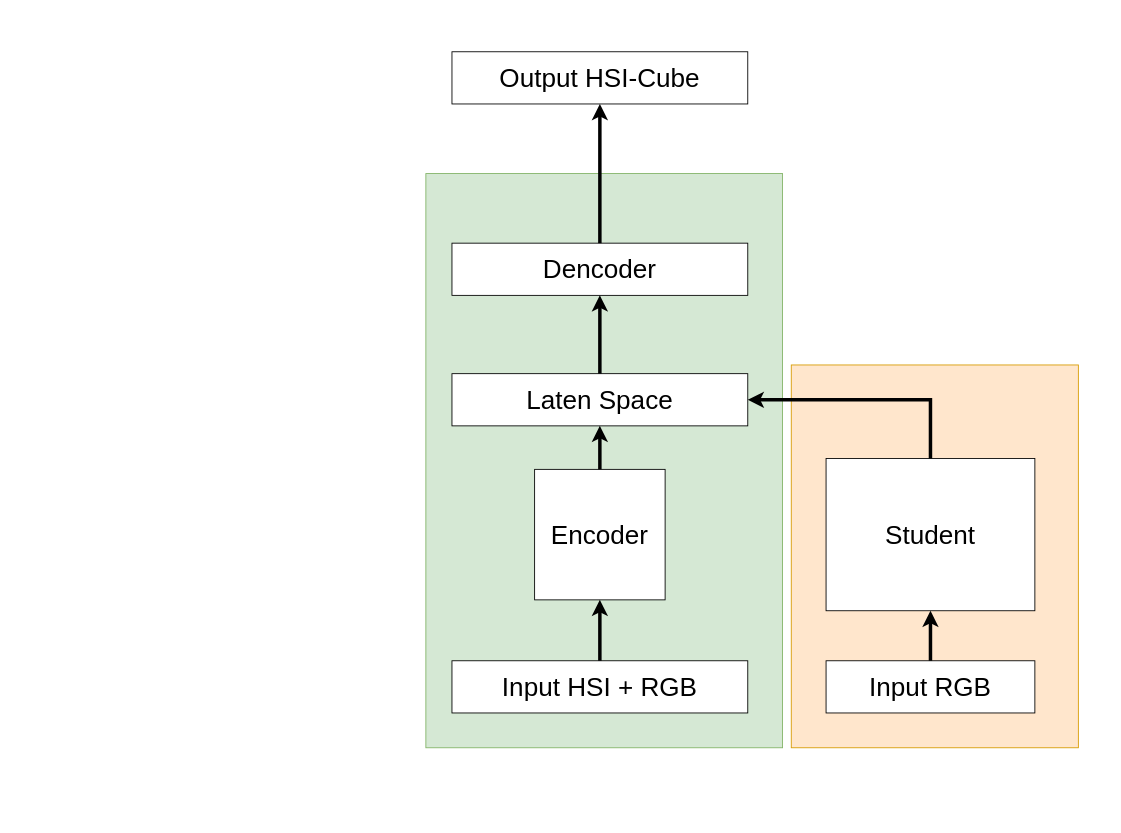
This is LAB_TSM_v6.drawio from Kevb-source/diagramms.net, a draw.io file, before an edit. Source tidied: cells renumbered, new cells numbered last; positions are measured from the earlier drawing's top-left corner, leaving out a move shared by most shapes. Both pictures are drawn from the tidied source at 87%, with x=0, y=0 at pixel (425, 51).
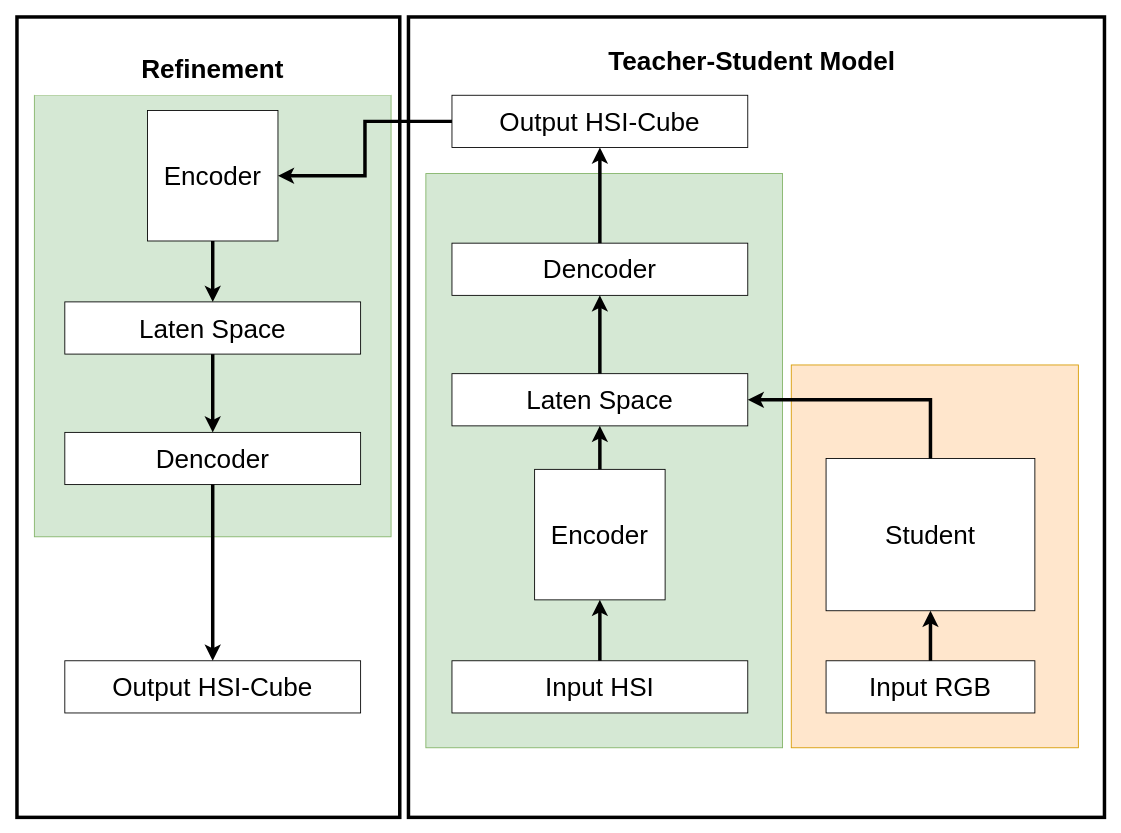
The same page after the edit.

What changed in the source:
```diff
@@
+    <mxCell id="17" value="&lt;h1&gt;&lt;br&gt;&lt;/h1&gt;" style="rounded=0;whiteSpace=wrap;html=1;strokeWidth=4;" parent="1" vertex="1">
+      <mxGeometry x="-470" y="-40" width="440" height="920" as="geometry" />
+    </mxCell>
+    <mxCell id="18" value="&lt;h1&gt;&lt;br&gt;&lt;/h1&gt;" style="rounded=0;whiteSpace=wrap;html=1;strokeWidth=4;" parent="1" vertex="1">
+      <mxGeometry x="-20" y="-40" width="800" height="920" as="geometry" />
+    </mxCell>
@@
-    <mxCell id="7" value="&lt;font style=&quot;font-size: 30px;&quot;&gt;Input HSI + RGB&lt;/font&gt;" style="rounded=0;whiteSpace=wrap;html=1;" parent="1" vertex="1">
+    <mxCell id="7" value="&lt;font style=&quot;font-size: 30px;&quot;&gt;Input HSI&lt;/font&gt;" style="rounded=0;whiteSpace=wrap;html=1;" parent="1" vertex="1">
       <mxGeometry x="30" y="700" width="340" height="60" as="geometry" />
     </mxCell>
     <mxCell id="8" value="&lt;font style=&quot;font-size: 30px;&quot;&gt;Output HSI-Cube&lt;/font&gt;" style="rounded=0;whiteSpace=wrap;html=1;" parent="1" vertex="1">
-      <mxGeometry x="30" width="340" height="60" as="geometry" />
+      <mxGeometry x="30" y="50" width="340" height="60" as="geometry" />
     </mxCell>
@@
+    <mxCell id="19" style="rounded=0;whiteSpace=wrap;html=1;fillColor=#d5e8d4;strokeColor=#82b366;" parent="1" vertex="1">
+      <mxGeometry x="-450" y="50" width="410" height="507.5" as="geometry" />
+    </mxCell>
+    <mxCell id="20" value="&lt;font style=&quot;font-size: 30px;&quot;&gt;Output HSI-Cube&lt;/font&gt;" style="rounded=0;whiteSpace=wrap;html=1;" parent="1" vertex="1">
+      <mxGeometry x="-415" y="700" width="340" height="60" as="geometry" />
+    </mxCell>
+    <mxCell id="21" style="edgeStyle=orthogonalEdgeStyle;rounded=0;jettySize=auto;html=1;strokeWidth=4;" parent="1" edge="1" source="22" target="24">
+      <mxGeometry relative="1" as="geometry" />
+    </mxCell>
+    <mxCell id="22" value="&lt;font style=&quot;font-size: 30px;&quot;&gt;Encoder&lt;/font&gt;" style="whiteSpace=wrap;html=1;" parent="1" vertex="1">
+      <mxGeometry x="-320" y="67.5" width="150" height="150" as="geometry" />
+    </mxCell>
+    <mxCell id="23" style="edgeStyle=orthogonalEdgeStyle;rounded=0;jettySize=auto;html=1;strokeWidth=4;" parent="1" edge="1" source="24" target="25">
+      <mxGeometry relative="1" as="geometry" />
+    </mxCell>
+    <mxCell id="24" value="&lt;font style=&quot;font-size: 30px;&quot;&gt;Laten Space&lt;/font&gt;" style="rounded=0;whiteSpace=wrap;html=1;" parent="1" vertex="1">
+      <mxGeometry x="-415" y="287.5" width="340" height="60" as="geometry" />
+    </mxCell>
+    <mxCell id="25" value="&lt;font style=&quot;font-size: 30px;&quot;&gt;Dencoder&lt;/font&gt;" style="rounded=0;whiteSpace=wrap;html=1;" parent="1" vertex="1">
+      <mxGeometry x="-415" y="437.5" width="340" height="60" as="geometry" />
+    </mxCell>
+    <mxCell id="26" style="edgeStyle=orthogonalEdgeStyle;rounded=0;jettySize=auto;html=1;entryX=0.5;entryY=0;entryDx=0;entryDy=0;exitX=0.5;exitY=1;exitDx=0;exitDy=0;strokeWidth=4;" parent="1" edge="1" source="25" target="20">
+      <mxGeometry relative="1" as="geometry" />
+    </mxCell>
+    <mxCell id="27" style="edgeStyle=orthogonalEdgeStyle;rounded=0;jettySize=auto;html=1;entryX=1;entryY=0.5;entryDx=0;entryDy=0;strokeWidth=4;" parent="1" edge="1" source="8" target="22">
+      <mxGeometry relative="1" as="geometry" />
+    </mxCell>
+    <mxCell id="28" value="&lt;h1&gt;&lt;font style=&quot;font-size: 30px;&quot;&gt;Teacher-Student Model&lt;/font&gt;&lt;/h1&gt;" style="rounded=0;whiteSpace=wrap;html=1;strokeColor=none;" parent="1" vertex="1">
+      <mxGeometry y="-20" width="750" height="60" as="geometry" />
+    </mxCell>
+    <mxCell id="29" value="&lt;h1&gt;&lt;font style=&quot;font-size: 30px;&quot;&gt;Refinement&lt;/font&gt;&lt;/h1&gt;" style="rounded=0;whiteSpace=wrap;html=1;strokeColor=none;" parent="1" vertex="1">
+      <mxGeometry x="-450" y="-10" width="410" height="60" as="geometry" />
+    </mxCell>
```
